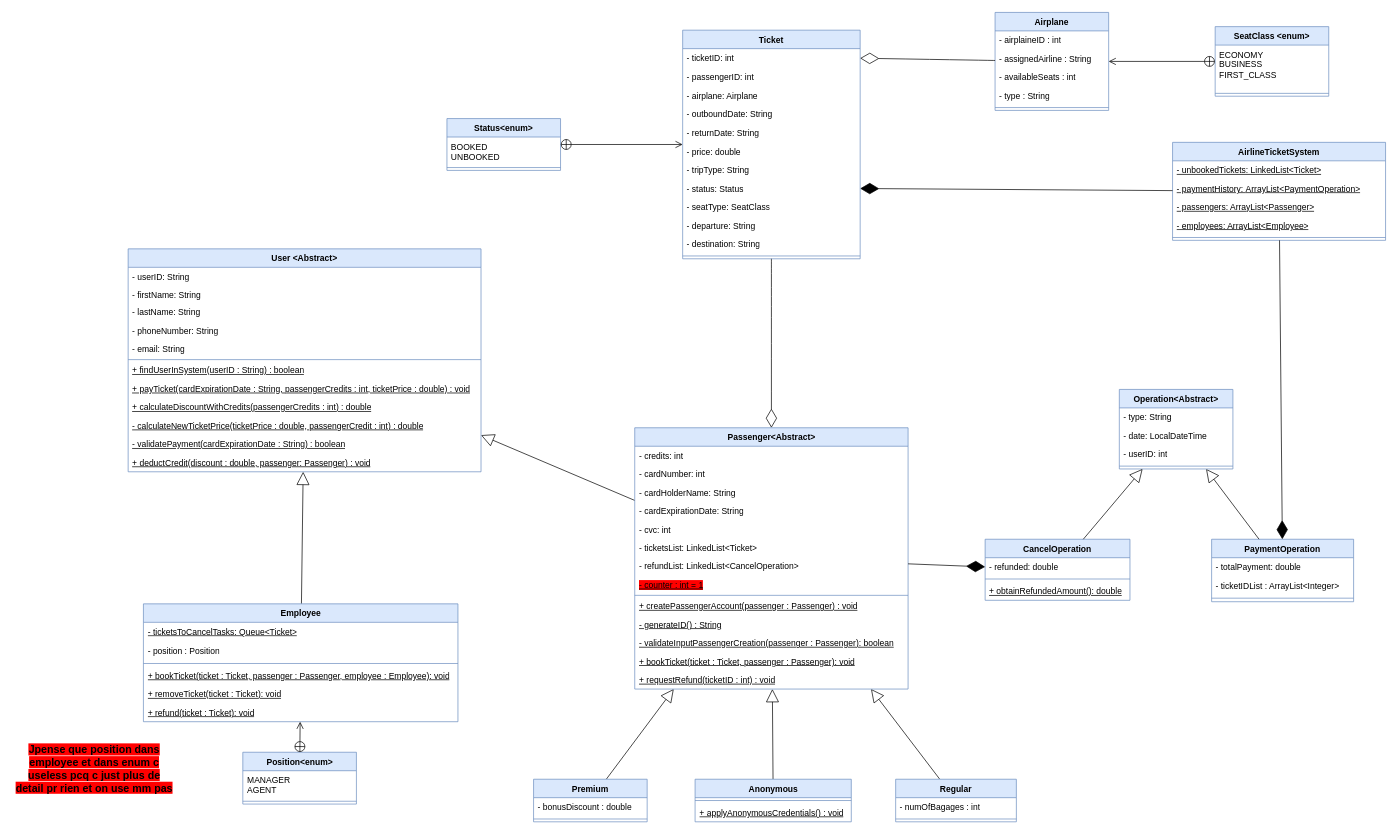
Above: doc/ClassDiagram_Finale(1)(1)(1).drawio in Ibrahimelz/PatternsProject (draw.io), before the change. Source tidied: cells renumbered, new cells numbered last; positions are measured from the earlier drawing's top-left corner, leaving out a move shared by most shapes. Both pictures are drawn from the tidied source at 71%, with x=0, y=0 at pixel (12, 12).
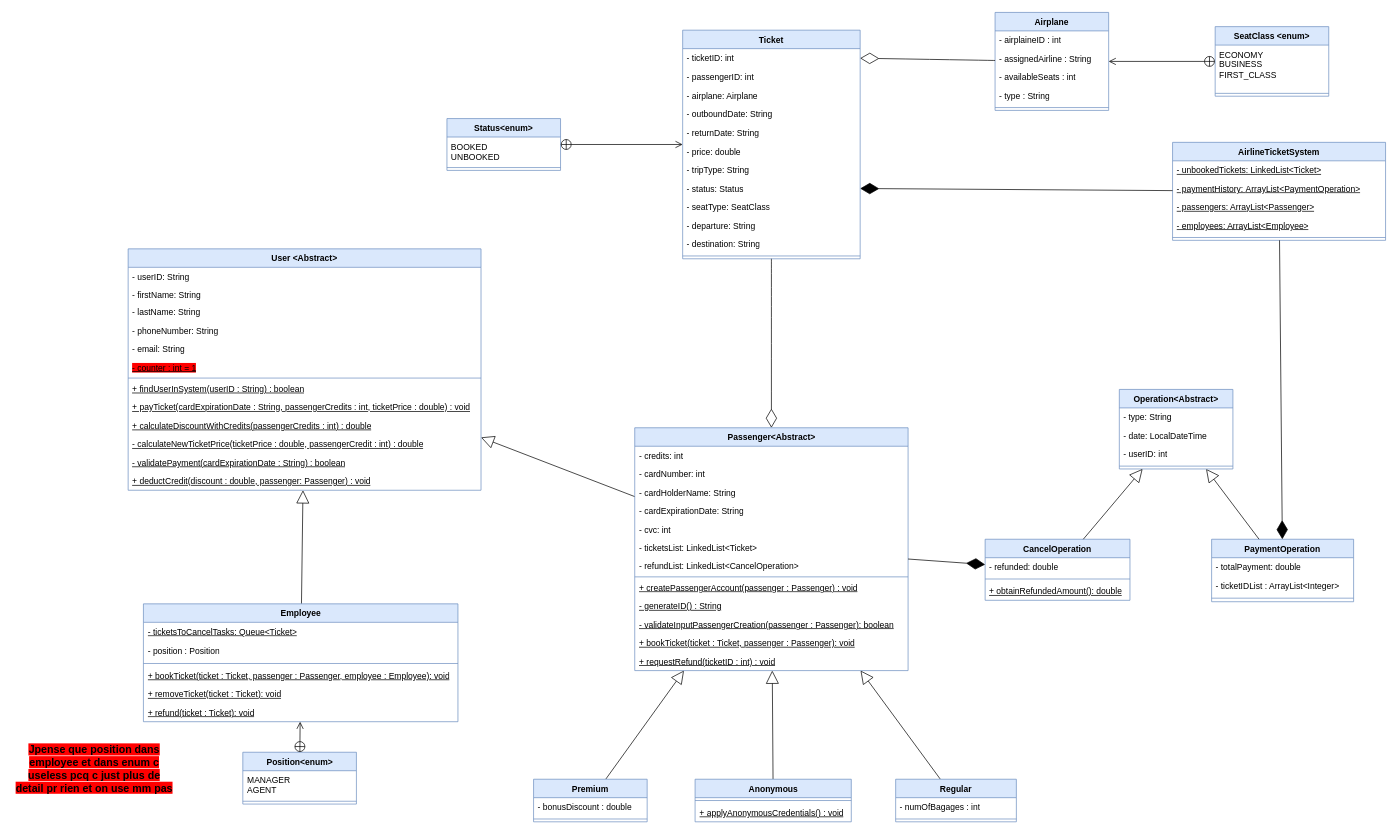
Above is the later version.

Commit message (it also covers changes not shown here):
Updated the class diagram

The edit, as a diff of the source:
```diff
@@
     <mxCell id="36" value="User &amp;lt;Abstract&amp;gt;" style="swimlane;fontStyle=1;align=center;verticalAlign=top;horizontal=1;startSize=26;whiteSpace=wrap;html=1;fillColor=#dae8fc;strokeColor=#6c8ebf;" parent="1" vertex="1">
-      <mxGeometry x="163" y="333" width="497" height="314" as="geometry" />
+      <mxGeometry x="163" y="333" width="497" height="340" as="geometry" />
     </mxCell>
@@
+    <mxCell id="64" value="&lt;u&gt;&lt;span style=&quot;background-color: rgb(255, 0, 0);&quot;&gt;- counter : int = 1&lt;br&gt;&lt;/span&gt;&lt;/u&gt;" style="text;strokeColor=none;fillColor=none;align=left;verticalAlign=top;spacingLeft=4;spacingRight=4;overflow=hidden;whiteSpace=wrap;html=1;" parent="36" vertex="1">
+      <mxGeometry y="154" width="497" height="26" as="geometry" />
+    </mxCell>
     <mxCell id="42" style="line;strokeWidth=1;fillColor=none;align=left;verticalAlign=middle;spacingTop=-1;spacingLeft=3;spacingRight=3;labelPosition=right;strokeColor=inherit;" parent="36" vertex="1">
-      <mxGeometry y="154" width="497" height="4" as="geometry" />
+      <mxGeometry y="180" width="497" height="4" as="geometry" />
     </mxCell>
     <mxCell id="43" value="&lt;u&gt;+ findUserInSystem(userID : String) : boolean&lt;/u&gt;" style="text;align=left;verticalAlign=top;spacingLeft=4;spacingRight=4;overflow=hidden;whiteSpace=wrap;html=1;" parent="36" vertex="1">
-      <mxGeometry y="158" width="497" height="26" as="geometry" />
+      <mxGeometry y="184" width="497" height="26" as="geometry" />
     </mxCell>
     <mxCell id="44" value="&lt;u&gt;+ payTicket(cardExpirationDate : String, passengerCredits : int, ticketPrice : double) : void&lt;/u&gt;" style="text;align=left;verticalAlign=top;spacingLeft=4;spacingRight=4;overflow=hidden;whiteSpace=wrap;html=1;" parent="36" vertex="1">
-      <mxGeometry y="184" width="497" height="26" as="geometry" />
+      <mxGeometry y="210" width="497" height="26" as="geometry" />
     </mxCell>
     <mxCell id="45" value="&lt;u&gt;+ calculateDiscountWithCredits(passengerCredits : int) : double &lt;/u&gt;" style="text;strokeColor=none;fillColor=none;align=left;verticalAlign=top;spacingLeft=4;spacingRight=4;overflow=hidden;whiteSpace=wrap;html=1;" parent="36" vertex="1">
-      <mxGeometry y="210" width="497" height="26" as="geometry" />
+      <mxGeometry y="236" width="497" height="26" as="geometry" />
     </mxCell>
     <mxCell id="46" value="&lt;u&gt;- calculateNewTicketPrice(ticketPrice : double, passengerCredit : int) : double &lt;/u&gt;" style="text;strokeColor=none;fillColor=none;align=left;verticalAlign=top;spacingLeft=4;spacingRight=4;overflow=hidden;whiteSpace=wrap;html=1;" parent="36" vertex="1">
-      <mxGeometry y="236" width="497" height="26" as="geometry" />
+      <mxGeometry y="262" width="497" height="26" as="geometry" />
     </mxCell>
     <mxCell id="47" value="&lt;u&gt;- validatePayment(cardExpirationDate : String) : boolean&lt;/u&gt;" style="text;align=left;verticalAlign=top;spacingLeft=4;spacingRight=4;overflow=hidden;whiteSpace=wrap;html=1;" parent="36" vertex="1">
-      <mxGeometry y="262" width="497" height="26" as="geometry" />
+      <mxGeometry y="288" width="497" height="26" as="geometry" />
     </mxCell>
     <mxCell id="48" value="&lt;u&gt;+ deductCredit(discount : double, passenger: Passenger) : void&lt;/u&gt;" style="text;strokeColor=none;fillColor=none;align=left;verticalAlign=top;spacingLeft=4;spacingRight=4;overflow=hidden;whiteSpace=wrap;html=1;" parent="36" vertex="1">
-      <mxGeometry y="288" width="497" height="26" as="geometry" />
+      <mxGeometry y="314" width="497" height="26" as="geometry" />
     </mxCell>
@@
     <mxCell id="56" value="Passenger&amp;lt;Abstract&amp;gt;" style="swimlane;fontStyle=1;align=center;verticalAlign=top;horizontal=1;startSize=26;whiteSpace=wrap;html=1;fillColor=#dae8fc;strokeColor=#6c8ebf;" parent="1" vertex="1">
-      <mxGeometry x="876.5" y="585" width="385" height="368" as="geometry" />
+      <mxGeometry x="876.5" y="585" width="385" height="342" as="geometry" />
     </mxCell>
@@
-    <mxCell id="64" value="&lt;u&gt;&lt;span style=&quot;background-color: rgb(255, 0, 0);&quot;&gt;- counter : int = 1&lt;br&gt;&lt;/span&gt;&lt;/u&gt;" style="text;strokeColor=none;fillColor=none;align=left;verticalAlign=top;spacingLeft=4;spacingRight=4;overflow=hidden;whiteSpace=wrap;html=1;" parent="56" vertex="1">
-      <mxGeometry y="208" width="385" height="26" as="geometry" />
-    </mxCell>
     <mxCell id="65" style="line;strokeWidth=1;fillColor=none;align=left;verticalAlign=middle;spacingTop=-1;spacingLeft=3;spacingRight=3;labelPosition=right;strokeColor=inherit;" parent="56" vertex="1">
-      <mxGeometry y="234" width="385" height="4" as="geometry" />
+      <mxGeometry y="208" width="385" height="4" as="geometry" />
     </mxCell>
     <mxCell id="66" value="&lt;u&gt;+ createPassengerAccount(passenger : Passenger) : void&lt;br&gt;&lt;/u&gt;" style="text;align=left;verticalAlign=top;spacingLeft=4;spacingRight=4;overflow=hidden;whiteSpace=wrap;html=1;" parent="56" vertex="1">
-      <mxGeometry y="238" width="385" height="26" as="geometry" />
+      <mxGeometry y="212" width="385" height="26" as="geometry" />
     </mxCell>
     <mxCell id="67" value="&lt;u&gt;- generateID() : String&lt;br&gt;&lt;/u&gt;" style="text;align=left;verticalAlign=top;spacingLeft=4;spacingRight=4;overflow=hidden;whiteSpace=wrap;html=1;" parent="56" vertex="1">
-      <mxGeometry y="264" width="385" height="26" as="geometry" />
+      <mxGeometry y="238" width="385" height="26" as="geometry" />
     </mxCell>
     <mxCell id="68" value="&lt;u&gt;- validateInputPassengerCreation(passenger : Passenger): boolean&lt;/u&gt;" style="text;align=left;verticalAlign=top;spacingLeft=4;spacingRight=4;overflow=hidden;whiteSpace=wrap;html=1;" parent="56" vertex="1">
-      <mxGeometry y="290" width="385" height="26" as="geometry" />
+      <mxGeometry y="264" width="385" height="26" as="geometry" />
     </mxCell>
     <mxCell id="69" value="&lt;u&gt;+ bookTicket(ticket : Ticket, passenger : Passenger): void&lt;/u&gt;" style="text;align=left;verticalAlign=top;spacingLeft=4;spacingRight=4;overflow=hidden;whiteSpace=wrap;html=1;" parent="56" vertex="1">
-      <mxGeometry y="316" width="385" height="26" as="geometry" />
+      <mxGeometry y="290" width="385" height="26" as="geometry" />
     </mxCell>
     <mxCell id="70" value="&lt;u&gt;+ requestRefund(ticketID : int) : void &lt;/u&gt;" style="text;strokeColor=none;fillColor=none;align=left;verticalAlign=top;spacingLeft=4;spacingRight=4;overflow=hidden;whiteSpace=wrap;html=1;" parent="56" vertex="1">
-      <mxGeometry y="342" width="385" height="26" as="geometry" />
+      <mxGeometry y="316" width="385" height="26" as="geometry" />
     </mxCell>
```
